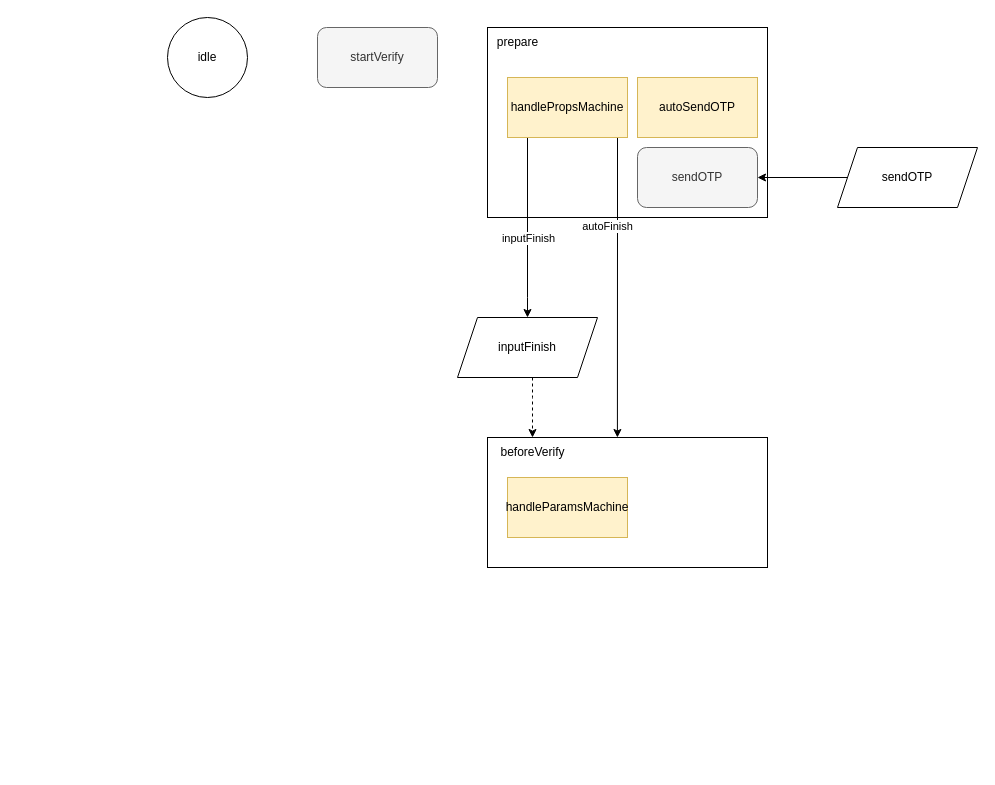
Before: useVerify/状态机.drawio in RexYao97/sfrex, a draw.io diagram. Source tidied: cells renumbered, new cells numbered last; positions are measured from the earlier drawing's top-left corner, leaving out a move shared by most shapes. Both pictures are drawn from the tidied source at 100%, with x=0, y=0 at pixel (167, 17).
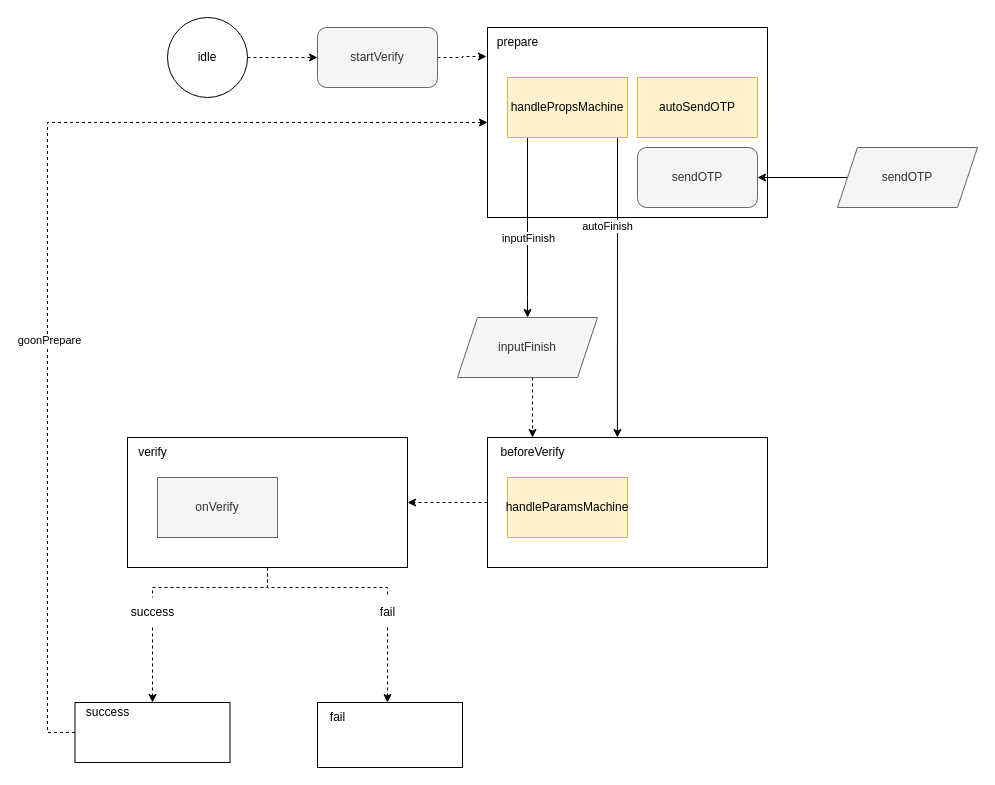
The same diagram, later.

Commit message (it also covers changes not shown here):
更新状态机.drawio

Unchanged cells that the change refers to:
```xml
<mxCell id="2" value="idle" style="ellipse;whiteSpace=wrap;html=1;" parent="1" vertex="1">
  <mxGeometry width="80" height="80" as="geometry" />
</mxCell>
<mxCell id="3" value="startVerify" style="rounded=1;whiteSpace=wrap;html=1;fillColor=#f5f5f5;fontColor=#333333;strokeColor=#666666;" parent="1" vertex="1">
  <mxGeometry x="150" y="10" width="120" height="60" as="geometry" />
</mxCell>
<mxCell id="4" style="rounded=0;whiteSpace=wrap;html=1;" parent="1" vertex="1">
  <mxGeometry x="320" y="10" width="280" height="190" as="geometry" />
</mxCell>
<mxCell id="5" value="prepare" style="text;html=1;align=center;verticalAlign=middle;points=[];strokeColor=none;fillColor=none;" parent="1" vertex="1">
  <mxGeometry x="320" y="10" width="60" height="30" as="geometry" />
</mxCell>
<mxCell id="13" style="rounded=0;whiteSpace=wrap;html=1;" parent="1" vertex="1">
  <mxGeometry x="320" y="420" width="280" height="130" as="geometry" />
</mxCell>
```

The edit, as a diff of the source:
```diff
@@
+    <mxCell id="20" style="edgeStyle=orthogonalEdgeStyle;rounded=0;jettySize=auto;html=1;entryX=0;entryY=0.5;entryDx=0;entryDy=0;dashed=1;" parent="1" edge="1" source="2" target="3">
+      <mxGeometry relative="1" as="geometry" />
+    </mxCell>
@@
+    <mxCell id="21" style="edgeStyle=orthogonalEdgeStyle;rounded=0;jettySize=auto;html=1;entryX=-0.017;entryY=0.967;entryDx=0;entryDy=0;entryPerimeter=0;dashed=1;" parent="1" edge="1" source="3" target="5">
+      <mxGeometry relative="1" as="geometry">
+        <Array as="points">
+          <mxPoint x="295" y="40" />
+          <mxPoint x="295" y="39" />
+        </Array>
+      </mxGeometry>
+    </mxCell>
@@
+    <mxCell id="22" style="edgeStyle=orthogonalEdgeStyle;rounded=0;jettySize=auto;html=1;dashed=1;" parent="1" edge="1" source="13" target="25">
+      <mxGeometry relative="1" as="geometry" />
+    </mxCell>
@@
-    <mxCell id="17" value="sendOTP" style="shape=parallelogram;perimeter=parallelogramPerimeter;whiteSpace=wrap;html=1;fixedSize=1;fontFamily=Helvetica;fontSize=12;fontColor=default;align=center;strokeColor=default;fillColor=default;" parent="1" vertex="1">
+    <mxCell id="17" value="sendOTP" style="shape=parallelogram;perimeter=parallelogramPerimeter;whiteSpace=wrap;html=1;fixedSize=1;fontFamily=Helvetica;fontSize=12;fontColor=#333333;align=center;strokeColor=#666666;fillColor=#f5f5f5;" parent="1" vertex="1">
       <mxGeometry x="670" y="130" width="140" height="60" as="geometry" />
     </mxCell>
@@
-    <mxCell id="19" value="inputFinish" style="shape=parallelogram;perimeter=parallelogramPerimeter;whiteSpace=wrap;html=1;fixedSize=1;fontFamily=Helvetica;fontSize=12;fontColor=default;align=center;strokeColor=default;fillColor=default;" parent="1" vertex="1">
+    <mxCell id="19" value="inputFinish" style="shape=parallelogram;perimeter=parallelogramPerimeter;whiteSpace=wrap;html=1;fixedSize=1;fontFamily=Helvetica;fontSize=12;fontColor=#333333;align=center;strokeColor=#666666;fillColor=#f5f5f5;" parent="1" vertex="1">
       <mxGeometry x="290" y="300" width="140" height="60" as="geometry" />
     </mxCell>
+    <mxCell id="23" style="edgeStyle=orthogonalEdgeStyle;rounded=0;jettySize=auto;html=1;dashed=1;startArrow=none;" parent="1" edge="1" source="32" target="30">
+      <mxGeometry relative="1" as="geometry" />
+    </mxCell>
+    <mxCell id="24" style="edgeStyle=orthogonalEdgeStyle;rounded=0;jettySize=auto;html=1;dashed=1;startArrow=none;" parent="1" edge="1" source="34" target="31">
+      <mxGeometry relative="1" as="geometry">
+        <Array as="points">
+          <mxPoint x="220" y="650" />
+          <mxPoint x="220" y="650" />
+        </Array>
+      </mxGeometry>
+    </mxCell>
+    <mxCell id="25" style="rounded=0;whiteSpace=wrap;html=1;" parent="1" vertex="1">
+      <mxGeometry x="-40" y="420" width="280" height="130" as="geometry" />
+    </mxCell>
+    <mxCell id="26" value="verify" style="text;html=1;align=center;verticalAlign=middle;strokeColor=none;fillColor=none;" parent="1" vertex="1">
+      <mxGeometry x="-40" y="420" width="50" height="30" as="geometry" />
+    </mxCell>
+    <mxCell id="27" value="onVerify" style="whiteSpace=wrap;html=1;fillColor=#f5f5f5;fontColor=#333333;strokeColor=#666666;" parent="1" vertex="1">
+      <mxGeometry x="-10" y="460" width="120" height="60" as="geometry" />
+    </mxCell>
+    <mxCell id="28" style="edgeStyle=orthogonalEdgeStyle;rounded=0;jettySize=auto;html=1;dashed=1;entryX=0;entryY=0.5;entryDx=0;entryDy=0;" parent="1" edge="1" source="30" target="4">
+      <mxGeometry relative="1" as="geometry">
+        <Array as="points">
+          <mxPoint x="-120" y="715" />
+          <mxPoint x="-120" y="105" />
+        </Array>
+      </mxGeometry>
+    </mxCell>
+    <mxCell id="29" value="goonPrepare" style="edgeLabel;html=1;align=center;verticalAlign=middle;" parent="28" vertex="1">
+      <mxGeometry x="-0.22" y="-1" relative="1" as="geometry" />
+    </mxCell>
+    <mxCell id="30" style="rounded=0;whiteSpace=wrap;html=1;" parent="1" vertex="1">
+      <mxGeometry x="-92.5" y="685" width="155" height="60" as="geometry" />
+    </mxCell>
+    <mxCell id="31" style="rounded=0;whiteSpace=wrap;html=1;" parent="1" vertex="1">
+      <mxGeometry x="150" y="685" width="145" height="65" as="geometry" />
+    </mxCell>
+    <mxCell id="32" value="success" style="text;html=1;align=center;verticalAlign=middle;points=[];strokeColor=none;fillColor=none;" parent="1" vertex="1">
+      <mxGeometry x="-50" y="580" width="70" height="30" as="geometry" />
+    </mxCell>
+    <mxCell id="33" style="edgeStyle=orthogonalEdgeStyle;rounded=0;jettySize=auto;html=1;dashed=1;endArrow=none;" parent="1" edge="1" source="25" target="32">
+      <mxGeometry relative="1" as="geometry" />
+    </mxCell>
+    <mxCell id="34" value="fail" style="text;html=1;align=center;verticalAlign=middle;points=[];strokeColor=none;fillColor=none;" parent="1" vertex="1">
+      <mxGeometry x="200" y="580" width="40" height="30" as="geometry" />
+    </mxCell>
+    <mxCell id="35" style="edgeStyle=orthogonalEdgeStyle;rounded=0;jettySize=auto;html=1;dashed=1;endArrow=none;" parent="1" edge="1" source="25" target="34">
+      <mxGeometry relative="1" as="geometry" />
+    </mxCell>
+    <mxCell id="36" value="fail" style="text;html=1;align=center;verticalAlign=middle;strokeColor=none;fillColor=none;" parent="1" vertex="1">
+      <mxGeometry x="150" y="685" width="40" height="30" as="geometry" />
+    </mxCell>
+    <mxCell id="37" value="success" style="text;html=1;align=center;verticalAlign=middle;strokeColor=none;fillColor=none;" parent="1" vertex="1">
+      <mxGeometry x="-95" y="680" width="70" height="30" as="geometry" />
+    </mxCell>
```
